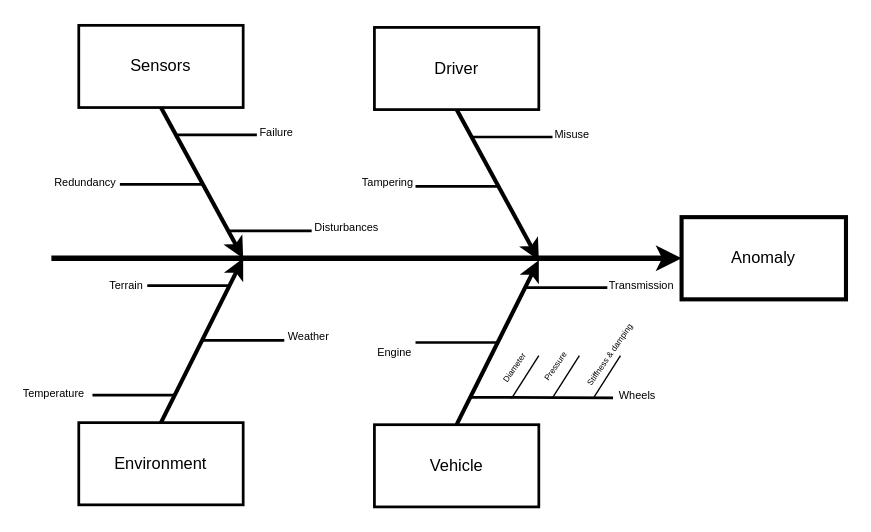
Before: Untitled Diagram.drawio in mbdtesting/ishikawa, a draw.io diagram. Source tidied: cells renumbered, new cells numbered last; positions are measured from the earlier drawing's top-left corner, leaving out a move shared by most shapes. Both pictures are drawn from the tidied source at 137%, with x=0, y=0 at pixel (33, 25).
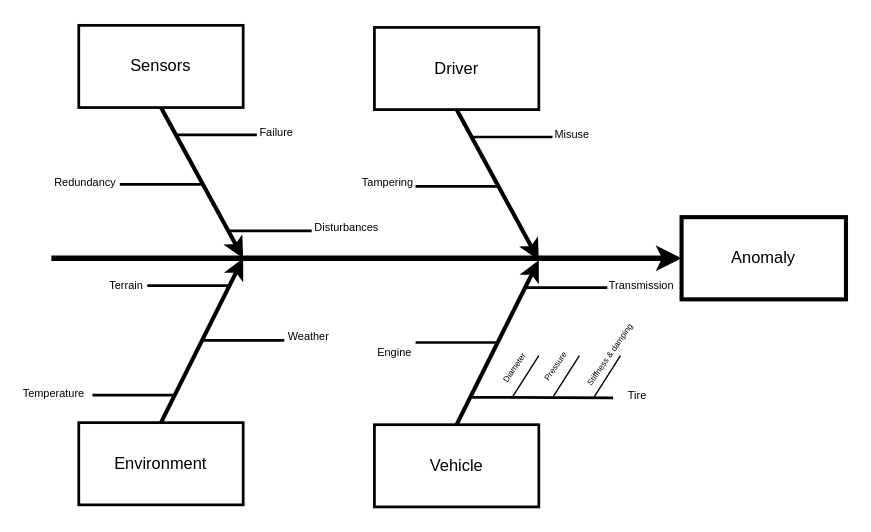
Above is the later version.

What changed in the source:
```diff
@@
-    <mxCell id="35" value="Wheels" style="text;spacingTop=-5;fontSize=8;align=center;verticalAlign=middle;" parent="1" vertex="1">
+    <mxCell id="35" value="Tire" style="text;spacingTop=-5;fontSize=8;align=center;verticalAlign=middle;" parent="1" vertex="1">
       <mxGeometry x="426" y="263" width="30" height="20" as="geometry" />
     </mxCell>
```
